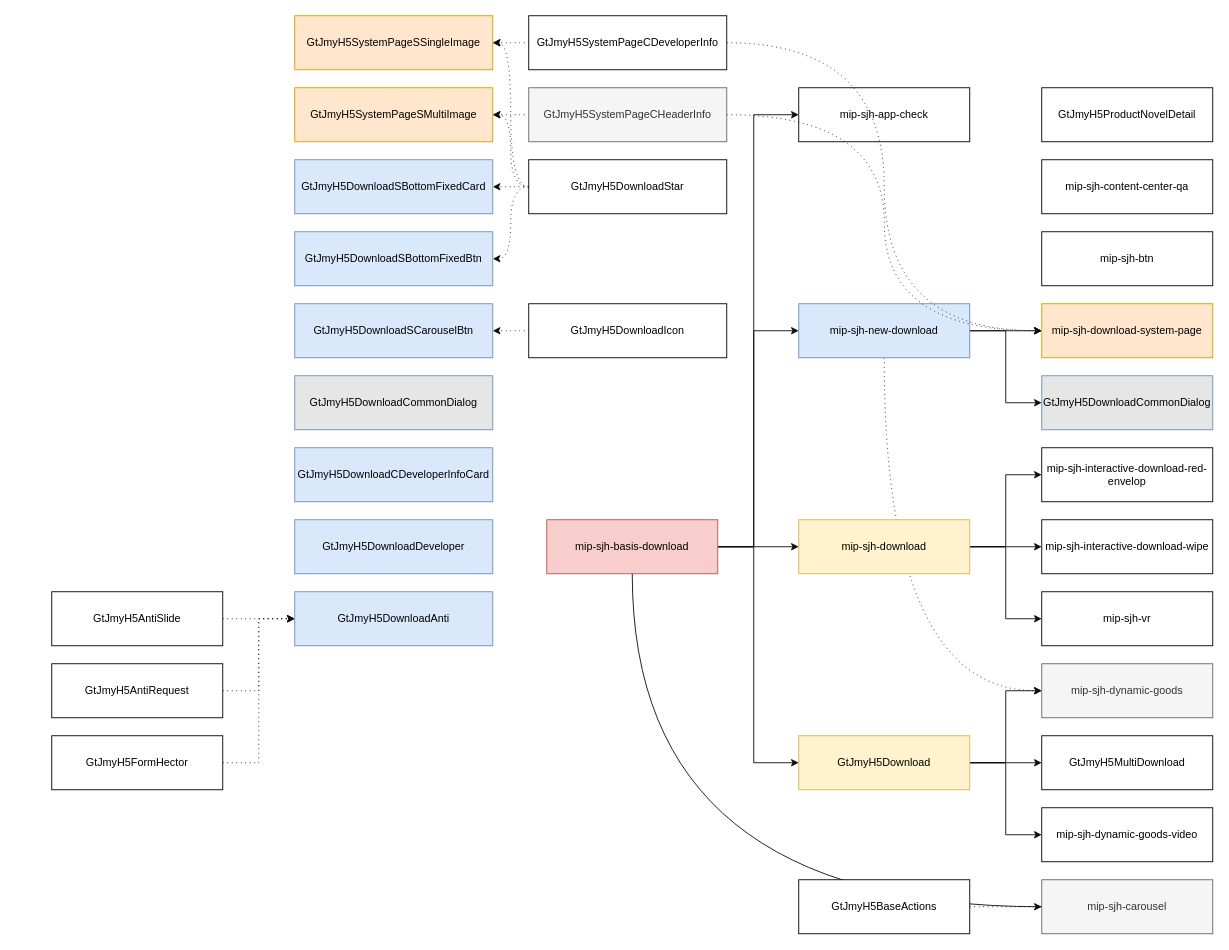
Before: 下载组件整理.drawio in qqqqqcy/processon, a draw.io diagram. Source tidied: cells renumbered, new cells numbered last; positions are measured from the earlier drawing's top-left corner, leaving out a move shared by most shapes. Both pictures are drawn from the tidied source at 90%, with x=0, y=0 at pixel (51, 15).
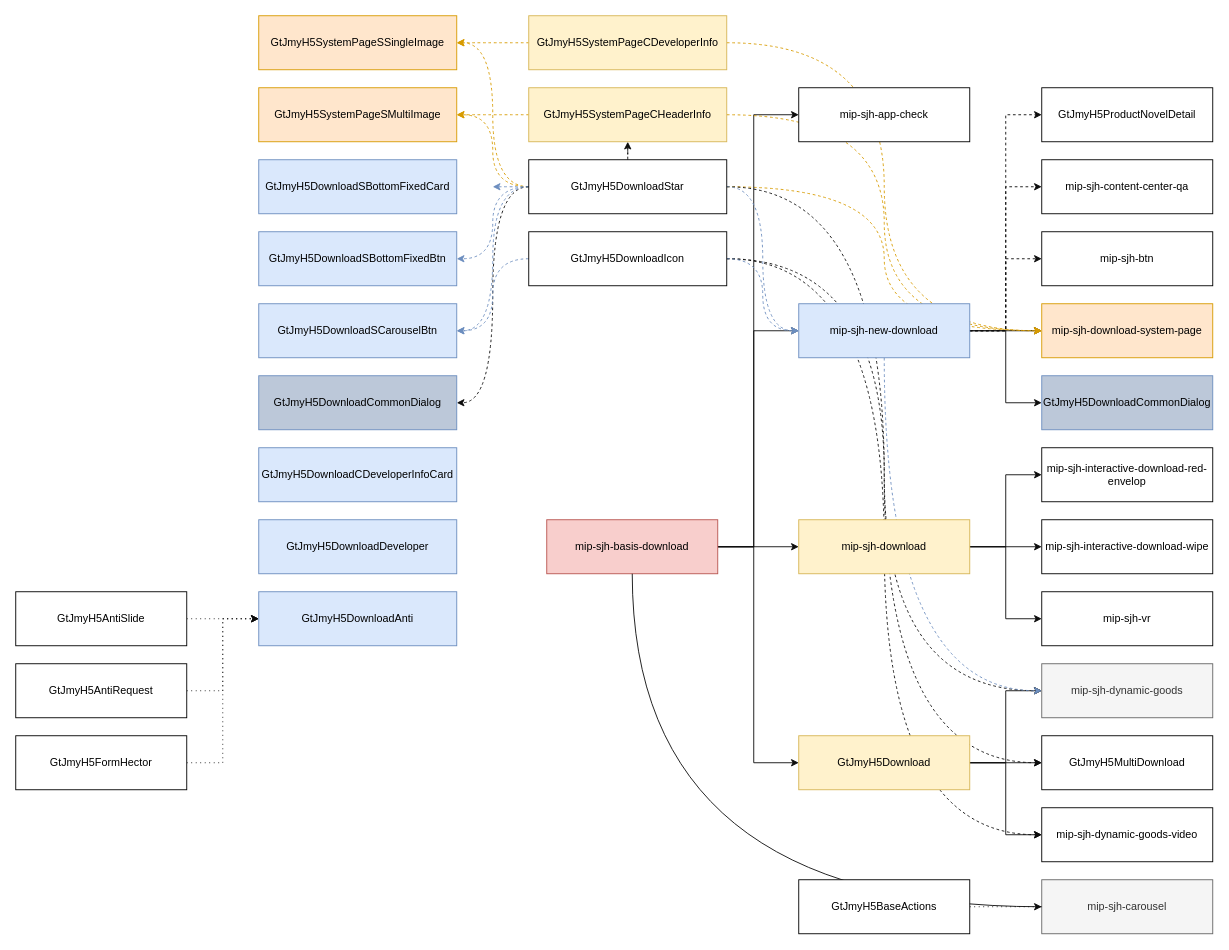
The same page after the edit.

Commit message (it also covers changes not shown here):
Update 下载组件整理.drawio

The change refers to these unchanged cells:
```xml
<mxCell id="12" value="GtJmyH5MultiDownload" style="rounded=0;whiteSpace=wrap;html=1;" parent="1" vertex="1">
  <mxGeometry x="1100" y="800" width="190" height="60" as="geometry" />
</mxCell>
<mxCell id="17" value="mip-sjh-dynamic-goods" style="rounded=0;whiteSpace=wrap;html=1;fillColor=#f5f5f5;fontColor=#333333;strokeColor=#666666;" parent="1" vertex="1">
  <mxGeometry x="1100" y="720" width="190" height="60" as="geometry" />
</mxCell>
<mxCell id="18" value="mip-sjh-download-system-page" style="rounded=0;whiteSpace=wrap;html=1;fillColor=#ffe6cc;strokeColor=#d79b00;" parent="1" vertex="1">
  <mxGeometry x="1100" y="320" width="190" height="60" as="geometry" />
</mxCell>
<mxCell id="22" value="mip-sjh-dynamic-goods-video" style="rounded=0;whiteSpace=wrap;html=1;" parent="1" vertex="1">
  <mxGeometry x="1100" y="880" width="190" height="60" as="geometry" />
</mxCell>
<mxCell id="34" value="GtJmyH5DownloadStar" style="rounded=0;whiteSpace=wrap;html=1;" parent="1" vertex="1">
  <mxGeometry x="530" y="160" width="220" height="60" as="geometry" />
</mxCell>
<mxCell id="54" value="mip-sjh-content-center-qa" style="rounded=0;whiteSpace=wrap;html=1;" parent="1" vertex="1">
  <mxGeometry x="1100" y="160" width="190" height="60" as="geometry" />
</mxCell>
<mxCell id="55" value="mip-sjh-btn" style="rounded=0;whiteSpace=wrap;html=1;" parent="1" vertex="1">
  <mxGeometry x="1100" y="240" width="190" height="60" as="geometry" />
</mxCell>
<mxCell id="56" value="GtJmyH5ProductNovelDetail" style="rounded=0;whiteSpace=wrap;html=1;" parent="1" vertex="1">
  <mxGeometry x="1100" y="80" width="190" height="60" as="geometry" />
</mxCell>
```

What changed in the source:
```diff
@@
+    <mxCell id="63" style="edgeStyle=orthogonalEdgeStyle;curved=1;rounded=0;jumpStyle=arc;jumpSize=10;jettySize=auto;html=1;entryX=0;entryY=0.5;entryDx=0;entryDy=0;dashed=1;startArrow=none;startFill=0;strokeColor=#0D0D0D;strokeWidth=1;" parent="1" edge="1" source="39" target="17">
+      <mxGeometry relative="1" as="geometry" />
+    </mxCell>
+    <mxCell id="64" style="edgeStyle=orthogonalEdgeStyle;curved=1;rounded=0;jumpStyle=arc;jumpSize=10;jettySize=auto;html=1;entryX=0;entryY=0.5;entryDx=0;entryDy=0;dashed=1;startArrow=none;startFill=0;strokeColor=#0D0D0D;strokeWidth=1;" parent="1" edge="1" source="39" target="22">
+      <mxGeometry relative="1" as="geometry" />
+    </mxCell>
+    <mxCell id="65" style="edgeStyle=orthogonalEdgeStyle;curved=1;rounded=0;jumpStyle=arc;jumpSize=10;jettySize=auto;html=1;entryX=0;entryY=0.5;entryDx=0;entryDy=0;dashed=1;startArrow=none;startFill=0;strokeColor=#d79b00;strokeWidth=1;fillColor=#ffe6cc;" parent="1" edge="1" source="34" target="18">
+      <mxGeometry relative="1" as="geometry" />
+    </mxCell>
+    <mxCell id="66" style="edgeStyle=orthogonalEdgeStyle;curved=1;rounded=0;jumpStyle=arc;jumpSize=10;jettySize=auto;html=1;entryX=0;entryY=0.5;entryDx=0;entryDy=0;dashed=1;startArrow=none;startFill=0;strokeColor=#0D0D0D;strokeWidth=1;" parent="1" edge="1" source="34" target="12">
+      <mxGeometry relative="1" as="geometry" />
+    </mxCell>
@@
-    <mxCell id="25" style="edgeStyle=orthogonalEdgeStyle;rounded=0;jumpStyle=none;jumpSize=10;jettySize=auto;html=1;entryX=0;entryY=0.5;entryDx=0;entryDy=0;strokeColor=#0D0D0D;strokeWidth=1;curved=1;dashed=1;dashPattern=1 4;exitX=0.5;exitY=1;exitDx=0;exitDy=0;" parent="1" edge="1" source="26" target="17">
+    <mxCell id="25" style="edgeStyle=orthogonalEdgeStyle;rounded=0;jumpStyle=none;jumpSize=10;jettySize=auto;html=1;entryX=0;entryY=0.5;entryDx=0;entryDy=0;strokeColor=#6c8ebf;strokeWidth=1;curved=1;dashed=1;exitX=0.5;exitY=1;exitDx=0;exitDy=0;fillColor=#dae8fc;" parent="1" edge="1" source="26" target="17">
       <mxGeometry relative="1" as="geometry" />
     </mxCell>
-    <mxCell id="26" value="mip-sjh-new-download" style="rounded=0;whiteSpace=wrap;html=1;fillColor=#dae8fc;strokeColor=#6c8ebf;" parent="1" vertex="1">
-      <mxGeometry x="830" y="320" width="190" height="60" as="geometry" />
-    </mxCell>
-    <mxCell id="27" value="GtJmyH5DownloadCommonDialog" style="rounded=0;whiteSpace=wrap;html=1;fillColor=#E6E6E6;strokeColor=#6c8ebf;strokeWidth=1;" parent="1" vertex="1">
+    <mxCell id="27" value="GtJmyH5DownloadCommonDialog" style="rounded=0;whiteSpace=wrap;html=1;fillColor=#BCC8D9;strokeColor=#6c8ebf;strokeWidth=1;" parent="1" vertex="1">
       <mxGeometry x="1100" y="400" width="190" height="60" as="geometry" />
     </mxCell>
@@
     <mxCell id="29" value="GtJmyH5DownloadDeveloper" style="rounded=0;whiteSpace=wrap;html=1;fillColor=#dae8fc;strokeColor=#6c8ebf;" parent="1" vertex="1">
-      <mxGeometry x="270" y="560" width="220" height="60" as="geometry" />
+      <mxGeometry x="230" y="560" width="220" height="60" as="geometry" />
     </mxCell>
-    <mxCell id="30" style="edgeStyle=orthogonalEdgeStyle;curved=1;rounded=0;jumpStyle=arc;jumpSize=10;jettySize=auto;html=1;entryX=1;entryY=0.5;entryDx=0;entryDy=0;dashed=1;dashPattern=1 4;startArrow=none;startFill=0;strokeColor=#0D0D0D;strokeWidth=1;" parent="1" edge="1" source="34" target="41">
+    <mxCell id="30" style="edgeStyle=orthogonalEdgeStyle;curved=1;rounded=0;jumpStyle=arc;jumpSize=10;jettySize=auto;html=1;entryX=1;entryY=0.5;entryDx=0;entryDy=0;dashed=1;startArrow=none;startFill=0;strokeColor=#d79b00;strokeWidth=1;fillColor=#ffe6cc;" parent="1" edge="1" source="34" target="41">
       <mxGeometry relative="1" as="geometry" />
     </mxCell>
-    <mxCell id="31" style="edgeStyle=orthogonalEdgeStyle;curved=1;rounded=0;jumpStyle=arc;jumpSize=10;jettySize=auto;html=1;entryX=1;entryY=0.5;entryDx=0;entryDy=0;dashed=1;dashPattern=1 4;startArrow=none;startFill=0;strokeColor=#0D0D0D;strokeWidth=1;" parent="1" edge="1" source="34" target="52">
+    <mxCell id="31" style="edgeStyle=orthogonalEdgeStyle;curved=1;rounded=0;jumpStyle=arc;jumpSize=10;jettySize=auto;html=1;entryX=1;entryY=0.5;entryDx=0;entryDy=0;dashed=1;startArrow=none;startFill=0;strokeColor=#d79b00;strokeWidth=1;fillColor=#ffe6cc;" parent="1" edge="1" source="34" target="52">
       <mxGeometry relative="1" as="geometry" />
     </mxCell>
-    <mxCell id="32" style="edgeStyle=orthogonalEdgeStyle;curved=1;rounded=0;jumpStyle=arc;jumpSize=10;jettySize=auto;html=1;dashed=1;dashPattern=1 4;startArrow=none;startFill=0;strokeColor=#0D0D0D;strokeWidth=1;" parent="1" edge="1" source="34">
+    <mxCell id="32" style="edgeStyle=orthogonalEdgeStyle;curved=1;rounded=0;jumpStyle=arc;jumpSize=10;jettySize=auto;html=1;dashed=1;startArrow=none;startFill=0;strokeColor=#6c8ebf;strokeWidth=1;fillColor=#dae8fc;" parent="1" edge="1" source="34">
       <mxGeometry relative="1" as="geometry">
         <mxPoint x="490" y="190" as="targetPoint" />
       </mxGeometry>
     </mxCell>
-    <mxCell id="33" style="edgeStyle=orthogonalEdgeStyle;curved=1;rounded=0;jumpStyle=arc;jumpSize=10;jettySize=auto;html=1;entryX=1;entryY=0.5;entryDx=0;entryDy=0;dashed=1;dashPattern=1 4;startArrow=none;startFill=0;strokeColor=#0D0D0D;strokeWidth=1;" parent="1" edge="1" source="34" target="36">
+    <mxCell id="33" style="edgeStyle=orthogonalEdgeStyle;curved=1;rounded=0;jumpStyle=arc;jumpSize=10;jettySize=auto;html=1;entryX=1;entryY=0.5;entryDx=0;entryDy=0;dashed=1;startArrow=none;startFill=0;strokeColor=#6c8ebf;strokeWidth=1;fillColor=#dae8fc;" parent="1" edge="1" source="34" target="36">
       <mxGeometry relative="1" as="geometry" />
     </mxCell>
+    <mxCell id="67" style="edgeStyle=orthogonalEdgeStyle;curved=1;rounded=0;jumpStyle=arc;jumpSize=10;jettySize=auto;html=1;entryX=0.5;entryY=1;entryDx=0;entryDy=0;dashed=1;startArrow=none;startFill=0;strokeColor=#0D0D0D;strokeWidth=1;" parent="1" edge="1" source="34" target="62">
+      <mxGeometry relative="1" as="geometry" />
+    </mxCell>
+    <mxCell id="68" style="edgeStyle=orthogonalEdgeStyle;curved=1;rounded=0;jumpStyle=arc;jumpSize=10;jettySize=auto;html=1;entryX=1;entryY=0.5;entryDx=0;entryDy=0;dashed=1;startArrow=none;startFill=0;strokeColor=#0D0D0D;strokeWidth=1;" parent="1" edge="1" source="34" target="43">
+      <mxGeometry relative="1" as="geometry" />
+    </mxCell>
+    <mxCell id="69" style="edgeStyle=orthogonalEdgeStyle;curved=1;rounded=0;jumpStyle=arc;jumpSize=10;jettySize=auto;html=1;entryX=0;entryY=0.5;entryDx=0;entryDy=0;dashed=1;startArrow=none;startFill=0;strokeColor=#6c8ebf;strokeWidth=1;fillColor=#dae8fc;" parent="1" edge="1" source="34" target="26">
+      <mxGeometry relative="1" as="geometry" />
+    </mxCell>
+    <mxCell id="70" style="edgeStyle=orthogonalEdgeStyle;rounded=0;jumpStyle=arc;jumpSize=10;jettySize=auto;html=1;entryX=1;entryY=0.5;entryDx=0;entryDy=0;dashed=1;startArrow=none;startFill=0;strokeColor=#6c8ebf;strokeWidth=1;curved=1;fillColor=#dae8fc;" parent="1" edge="1" source="34" target="37">
+      <mxGeometry relative="1" as="geometry" />
+    </mxCell>
@@
     <mxCell id="35" value="GtJmyH5DownloadSBottomFixedCard" style="rounded=0;whiteSpace=wrap;html=1;fillColor=#dae8fc;strokeColor=#6c8ebf;" parent="1" vertex="1">
-      <mxGeometry x="270" y="160" width="220" height="60" as="geometry" />
+      <mxGeometry x="230" y="160" width="220" height="60" as="geometry" />
     </mxCell>
     <mxCell id="36" value="GtJmyH5DownloadSBottomFixedBtn" style="rounded=0;whiteSpace=wrap;html=1;fillColor=#dae8fc;strokeColor=#6c8ebf;" parent="1" vertex="1">
-      <mxGeometry x="270" y="240" width="220" height="60" as="geometry" />
+      <mxGeometry x="230" y="240" width="220" height="60" as="geometry" />
     </mxCell>
     <mxCell id="37" value="GtJmyH5DownloadSCarouselBtn" style="rounded=0;whiteSpace=wrap;html=1;fillColor=#dae8fc;strokeColor=#6c8ebf;" parent="1" vertex="1">
-      <mxGeometry x="270" y="320" width="220" height="60" as="geometry" />
+      <mxGeometry x="230" y="320" width="220" height="60" as="geometry" />
     </mxCell>
-    <mxCell id="38" style="edgeStyle=orthogonalEdgeStyle;curved=1;rounded=0;jumpStyle=arc;jumpSize=10;jettySize=auto;html=1;entryX=1;entryY=0.5;entryDx=0;entryDy=0;dashed=1;dashPattern=1 4;startArrow=none;startFill=0;strokeColor=#0D0D0D;strokeWidth=1;" parent="1" edge="1" source="39" target="37">
+    <mxCell id="38" style="edgeStyle=orthogonalEdgeStyle;curved=1;rounded=0;jumpStyle=arc;jumpSize=10;jettySize=auto;html=1;entryX=1;entryY=0.5;entryDx=0;entryDy=0;dashed=1;startArrow=none;startFill=0;strokeColor=#6c8ebf;strokeWidth=1;fillColor=#dae8fc;" parent="1" edge="1" source="39" target="37">
       <mxGeometry relative="1" as="geometry" />
     </mxCell>
+    <mxCell id="71" style="edgeStyle=orthogonalEdgeStyle;curved=1;rounded=0;jumpStyle=arc;jumpSize=10;jettySize=auto;html=1;entryX=0;entryY=0.5;entryDx=0;entryDy=0;dashed=1;startArrow=none;startFill=0;strokeColor=#6c8ebf;strokeWidth=1;fillColor=#dae8fc;" parent="1" edge="1" source="39" target="26">
+      <mxGeometry relative="1" as="geometry" />
+    </mxCell>
     <mxCell id="39" value="GtJmyH5DownloadIcon" style="rounded=0;whiteSpace=wrap;html=1;" parent="1" vertex="1">
-      <mxGeometry x="530" y="320" width="220" height="60" as="geometry" />
+      <mxGeometry x="530" y="240" width="220" height="60" as="geometry" />
     </mxCell>
     <mxCell id="40" value="GtJmyH5DownloadCDeveloperInfoCard" style="rounded=0;whiteSpace=wrap;html=1;fillColor=#dae8fc;strokeColor=#6c8ebf;" parent="1" vertex="1">
-      <mxGeometry x="270" y="480" width="220" height="60" as="geometry" />
+      <mxGeometry x="230" y="480" width="220" height="60" as="geometry" />
     </mxCell>
     <mxCell id="41" value="GtJmyH5SystemPageSMultiImage" style="rounded=0;whiteSpace=wrap;html=1;fillColor=#ffe6cc;strokeColor=#d79b00;" parent="1" vertex="1">
-      <mxGeometry x="270" y="80" width="220" height="60" as="geometry" />
+      <mxGeometry x="230" y="80" width="220" height="60" as="geometry" />
     </mxCell>
     <mxCell id="42" value="GtJmyH5DownloadAnti" style="rounded=0;whiteSpace=wrap;html=1;fillColor=#dae8fc;strokeColor=#6c8ebf;" parent="1" vertex="1">
-      <mxGeometry x="270" y="640" width="220" height="60" as="geometry" />
+      <mxGeometry x="230" y="640" width="220" height="60" as="geometry" />
     </mxCell>
-    <mxCell id="43" value="GtJmyH5DownloadCommonDialog" style="rounded=0;whiteSpace=wrap;html=1;fillColor=#E6E6E6;strokeColor=#6c8ebf;strokeWidth=1;" parent="1" vertex="1">
-      <mxGeometry x="270" y="400" width="220" height="60" as="geometry" />
+    <mxCell id="43" value="GtJmyH5DownloadCommonDialog" style="rounded=0;whiteSpace=wrap;html=1;fillColor=#BCC8D9;strokeColor=#6c8ebf;strokeWidth=1;" parent="1" vertex="1">
+      <mxGeometry x="230" y="400" width="220" height="60" as="geometry" />
     </mxCell>
@@
     <mxCell id="47" value="GtJmyH5AntiSlide" style="rounded=0;whiteSpace=wrap;html=1;" parent="1" vertex="1">
-      <mxGeometry y="640" width="190" height="60" as="geometry" />
+      <mxGeometry x="-40" y="640" width="190" height="60" as="geometry" />
     </mxCell>
@@
     <mxCell id="49" value="GtJmyH5AntiRequest" style="rounded=0;whiteSpace=wrap;html=1;" parent="1" vertex="1">
-      <mxGeometry y="720" width="190" height="60" as="geometry" />
+      <mxGeometry x="-40" y="720" width="190" height="60" as="geometry" />
     </mxCell>
@@
     <mxCell id="51" value="GtJmyH5FormHector" style="rounded=0;whiteSpace=wrap;html=1;" parent="1" vertex="1">
-      <mxGeometry y="800" width="190" height="60" as="geometry" />
+      <mxGeometry x="-40" y="800" width="190" height="60" as="geometry" />
     </mxCell>
     <mxCell id="52" value="GtJmyH5SystemPageSSingleImage" style="rounded=0;whiteSpace=wrap;html=1;fillColor=#ffe6cc;strokeColor=#d79b00;" parent="1" vertex="1">
-      <mxGeometry x="270" width="220" height="60" as="geometry" />
+      <mxGeometry x="230" width="220" height="60" as="geometry" />
     </mxCell>
-    <mxCell id="53" value="mip-sjh-app-check" style="rounded=0;whiteSpace=wrap;html=1;" parent="1" vertex="1">
-      <mxGeometry x="830" y="80" width="190" height="60" as="geometry" />
-    </mxCell>
@@
+    <mxCell id="58" style="edgeStyle=orthogonalEdgeStyle;curved=1;rounded=0;jumpStyle=arc;jumpSize=10;jettySize=auto;html=1;entryX=0;entryY=0.5;entryDx=0;entryDy=0;dashed=1;startArrow=none;startFill=0;strokeColor=#d79b00;strokeWidth=1;fillColor=#ffe6cc;" parent="1" edge="1" source="59" target="18">
+      <mxGeometry relative="1" as="geometry" />
+    </mxCell>
-    <mxCell id="57" style="edgeStyle=orthogonalEdgeStyle;curved=1;rounded=0;jumpStyle=arc;jumpSize=10;jettySize=auto;html=1;entryX=1;entryY=0.5;entryDx=0;entryDy=0;dashed=1;dashPattern=1 4;startArrow=none;startFill=0;strokeColor=#0D0D0D;strokeWidth=1;" parent="1" edge="1" source="59" target="52">
+    <mxCell id="57" style="edgeStyle=orthogonalEdgeStyle;curved=1;rounded=0;jumpStyle=arc;jumpSize=10;jettySize=auto;html=1;entryX=1;entryY=0.5;entryDx=0;entryDy=0;dashed=1;startArrow=none;startFill=0;strokeColor=#d79b00;strokeWidth=1;fillColor=#ffe6cc;" parent="1" edge="1" source="59" target="52">
       <mxGeometry relative="1" as="geometry" />
     </mxCell>
-    <mxCell id="58" style="edgeStyle=orthogonalEdgeStyle;curved=1;rounded=0;jumpStyle=arc;jumpSize=10;jettySize=auto;html=1;entryX=0;entryY=0.5;entryDx=0;entryDy=0;dashed=1;dashPattern=1 4;startArrow=none;startFill=0;strokeColor=#0D0D0D;strokeWidth=1;" parent="1" edge="1" source="59" target="18">
-      <mxGeometry relative="1" as="geometry" />
-    </mxCell>
-    <mxCell id="59" value="GtJmyH5SystemPageCDeveloperInfo" style="rounded=0;whiteSpace=wrap;html=1;" parent="1" vertex="1">
+    <mxCell id="59" value="GtJmyH5SystemPageCDeveloperInfo" style="rounded=0;whiteSpace=wrap;html=1;fillColor=#fff2cc;strokeColor=#d6b656;" parent="1" vertex="1">
       <mxGeometry x="530" width="220" height="60" as="geometry" />
     </mxCell>
-    <mxCell id="60" style="edgeStyle=orthogonalEdgeStyle;curved=1;rounded=0;jumpStyle=arc;jumpSize=10;jettySize=auto;html=1;entryX=1;entryY=0.5;entryDx=0;entryDy=0;dashed=1;dashPattern=1 4;startArrow=none;startFill=0;strokeColor=#0D0D0D;strokeWidth=1;" parent="1" edge="1" source="62" target="41">
+    <mxCell id="60" style="edgeStyle=orthogonalEdgeStyle;curved=1;rounded=0;jumpStyle=arc;jumpSize=10;jettySize=auto;html=1;entryX=1;entryY=0.5;entryDx=0;entryDy=0;dashed=1;startArrow=none;startFill=0;strokeColor=#d79b00;strokeWidth=1;fillColor=#ffe6cc;" parent="1" edge="1" source="62" target="41">
       <mxGeometry relative="1" as="geometry" />
     </mxCell>
-    <mxCell id="61" style="edgeStyle=orthogonalEdgeStyle;curved=1;rounded=0;jumpStyle=arc;jumpSize=10;jettySize=auto;html=1;entryX=0;entryY=0.5;entryDx=0;entryDy=0;dashed=1;dashPattern=1 4;startArrow=none;startFill=0;strokeColor=#0D0D0D;strokeWidth=1;" parent="1" edge="1" source="62" target="18">
+    <mxCell id="61" style="edgeStyle=orthogonalEdgeStyle;curved=1;rounded=0;jumpStyle=arc;jumpSize=10;jettySize=auto;html=1;entryX=0;entryY=0.5;entryDx=0;entryDy=0;dashed=1;startArrow=none;startFill=0;strokeColor=#d79b00;strokeWidth=1;fillColor=#ffe6cc;" parent="1" edge="1" source="62" target="18">
       <mxGeometry relative="1" as="geometry" />
     </mxCell>
-    <mxCell id="62" value="GtJmyH5SystemPageCHeaderInfo" style="rounded=0;whiteSpace=wrap;html=1;fillColor=#f5f5f5;fontColor=#333333;strokeColor=#666666;" parent="1" vertex="1">
+    <mxCell id="62" value="GtJmyH5SystemPageCHeaderInfo" style="rounded=0;whiteSpace=wrap;html=1;fillColor=#fff2cc;strokeColor=#d6b656;" parent="1" vertex="1">
       <mxGeometry x="530" y="80" width="220" height="60" as="geometry" />
     </mxCell>
+    <mxCell id="72" style="rounded=0;jumpStyle=arc;jumpSize=10;jettySize=auto;html=1;entryX=0;entryY=0.5;entryDx=0;entryDy=0;dashed=1;startArrow=none;startFill=0;strokeColor=#0D0D0D;strokeWidth=1;edgeStyle=orthogonalEdgeStyle;" parent="1" edge="1" source="26" target="55">
+      <mxGeometry relative="1" as="geometry" />
+    </mxCell>
+    <mxCell id="73" style="rounded=0;jumpStyle=arc;jumpSize=10;jettySize=auto;html=1;entryX=0;entryY=0.5;entryDx=0;entryDy=0;dashed=1;startArrow=none;startFill=0;strokeColor=#0D0D0D;strokeWidth=1;edgeStyle=orthogonalEdgeStyle;" parent="1" edge="1" source="26" target="54">
+      <mxGeometry relative="1" as="geometry" />
+    </mxCell>
+    <mxCell id="74" style="rounded=0;jumpStyle=arc;jumpSize=10;jettySize=auto;html=1;entryX=0;entryY=0.5;entryDx=0;entryDy=0;dashed=1;startArrow=none;startFill=0;strokeColor=#0D0D0D;strokeWidth=1;edgeStyle=orthogonalEdgeStyle;" parent="1" edge="1" source="26" target="56">
+      <mxGeometry relative="1" as="geometry" />
+    </mxCell>
+    <mxCell id="26" value="mip-sjh-new-download" style="rounded=0;whiteSpace=wrap;html=1;fillColor=#dae8fc;strokeColor=#6c8ebf;" parent="1" vertex="1">
+      <mxGeometry x="830" y="320" width="190" height="60" as="geometry" />
+    </mxCell>
+    <mxCell id="53" value="mip-sjh-app-check" style="rounded=0;whiteSpace=wrap;html=1;" parent="1" vertex="1">
+      <mxGeometry x="830" y="80" width="190" height="60" as="geometry" />
+    </mxCell>
```
